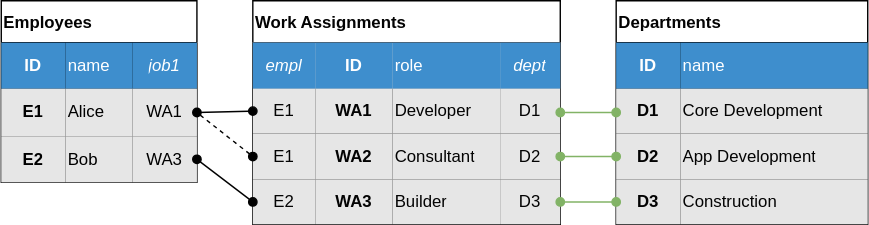
This is guides/assets/temporal-data/timeless-data.drawio.svg from cap-js/docs, a draw.io export, as it was before one commit. Source tidied: cells renumbered, new cells last; positions are measured from the earlier drawing's top-left corner, leaving out a move shared by most shapes.
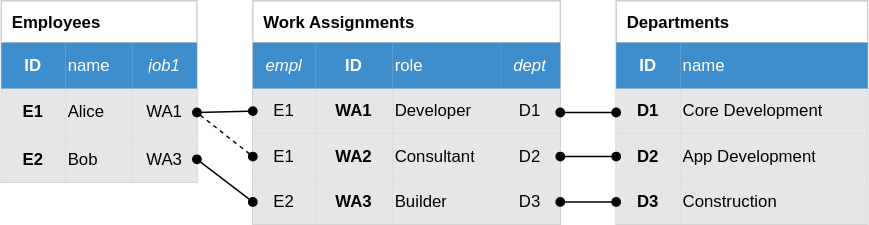
The same diagram one commit later.

Diff of the diagram source:
```diff
@@ -4,66 +4,66 @@
     <mxCell id="1" parent="0" />
-    <mxCell id="2" value="Work Assignments" style="shape=table;startSize=30;labelBackgroundColor=none;labelBorderColor=none;fontColor=#030303;fillColor=#FFFFFF;align=left;swimlaneLine=1;rounded=0;fontStyle=1;rowLines=1;columnLines=1;" parent="1" vertex="1">
+    <mxCell id="2" value="Work Assignments" style="shape=table;startSize=30;labelBackgroundColor=none;labelBorderColor=none;fontColor=#030303;fillColor=#FFFFFF;align=left;swimlaneLine=1;rounded=0;fontStyle=1;rowLines=1;columnLines=1;spacing=8;strokeColor=#cccccc;" parent="1" vertex="1">
       <mxGeometry x="180" width="220" height="160" as="geometry" />
     </mxCell>
-    <mxCell id="3" style="shape=tableRow;horizontal=0;startSize=0;swimlaneHead=0;swimlaneBody=0;top=0;left=0;bottom=0;right=0;fillColor=#CCCCCC;labelBackgroundColor=none;labelBorderColor=none;fontColor=#FFFFFF;swimlaneLine=1;separatorColor=#D9D9D9;" parent="2" vertex="1">
+    <mxCell id="3" style="shape=tableRow;horizontal=0;startSize=0;swimlaneHead=0;swimlaneBody=0;top=0;left=0;bottom=0;right=0;fillColor=#CCCCCC;labelBackgroundColor=none;labelBorderColor=none;fontColor=#FFFFFF;swimlaneLine=1;separatorColor=#D9D9D9;strokeColor=default;" parent="2" vertex="1">
       <mxGeometry y="30" width="220" height="33" as="geometry" />
     </mxCell>
-    <mxCell id="4" value="empl" style="shape=partialRectangle;html=1;whiteSpace=wrap;overflow=hidden;fillColor=#3E8ECD;top=0;left=0;bottom=0;right=0;labelBackgroundColor=none;labelBorderColor=none;fontColor=#FFFFFF;align=center;fontStyle=2;" parent="3" vertex="1">
+    <mxCell id="4" value="empl" style="shape=partialRectangle;html=1;whiteSpace=wrap;overflow=hidden;fillColor=#3E8ECD;top=0;left=0;bottom=0;right=0;labelBackgroundColor=none;labelBorderColor=none;fontColor=#FFFFFF;align=center;fontStyle=2;strokeColor=default;" parent="3" vertex="1">
       <mxGeometry width="45" height="33" as="geometry" />
     </mxCell>
-    <mxCell id="5" value="ID&amp;nbsp;" style="shape=partialRectangle;html=1;whiteSpace=wrap;overflow=hidden;fillColor=#3E8ECD;top=0;left=0;bottom=0;right=0;labelBackgroundColor=none;labelBorderColor=none;fontColor=#FFFFFF;align=center;fontStyle=1;" parent="3" vertex="1">
+    <mxCell id="5" value="ID&amp;nbsp;" style="shape=partialRectangle;html=1;whiteSpace=wrap;overflow=hidden;fillColor=#3E8ECD;top=0;left=0;bottom=0;right=0;labelBackgroundColor=none;labelBorderColor=none;fontColor=#FFFFFF;align=center;fontStyle=1;strokeColor=default;" parent="3" vertex="1">
       <mxGeometry x="45" width="55" height="33" as="geometry" />
     </mxCell>
-    <mxCell id="6" value="role" style="shape=partialRectangle;html=1;whiteSpace=wrap;overflow=hidden;fillColor=#3E8ECD;top=0;left=0;bottom=0;right=0;labelBackgroundColor=none;labelBorderColor=none;fontColor=#FFFFFF;align=left;" parent="3" vertex="1">
+    <mxCell id="6" value="role" style="shape=partialRectangle;html=1;whiteSpace=wrap;overflow=hidden;fillColor=#3E8ECD;top=0;left=0;bottom=0;right=0;labelBackgroundColor=none;labelBorderColor=none;fontColor=#FFFFFF;align=left;strokeColor=default;" parent="3" vertex="1">
       <mxGeometry x="100" width="77" height="33" as="geometry" />
     </mxCell>
-    <mxCell id="7" value="dept" style="shape=partialRectangle;html=1;whiteSpace=wrap;overflow=hidden;fillColor=#3E8ECD;top=0;left=0;bottom=0;right=0;labelBackgroundColor=none;labelBorderColor=none;fontColor=#FFFFFF;align=center;fontStyle=2;" parent="3" vertex="1">
+    <mxCell id="7" value="dept" style="shape=partialRectangle;html=1;whiteSpace=wrap;overflow=hidden;fillColor=#3E8ECD;top=0;left=0;bottom=0;right=0;labelBackgroundColor=none;labelBorderColor=none;fontColor=#FFFFFF;align=center;fontStyle=2;spacing=2;strokeColor=default;" parent="3" vertex="1">
       <mxGeometry x="177" width="43" height="33" as="geometry" />
     </mxCell>
-    <mxCell id="8" style="shape=tableRow;horizontal=0;startSize=0;swimlaneHead=0;swimlaneBody=0;top=0;left=0;bottom=0;right=0;fillColor=none;points=[[0,0.5],[1,0.5]];portConstraint=eastwest;labelBackgroundColor=none;labelBorderColor=none;fontColor=#FFFFFF;" parent="2" vertex="1">
+    <mxCell id="8" style="shape=tableRow;horizontal=0;startSize=0;swimlaneHead=0;swimlaneBody=0;top=0;left=0;bottom=0;right=0;fillColor=none;points=[[0,0.5],[1,0.5]];portConstraint=eastwest;labelBackgroundColor=none;labelBorderColor=none;fontColor=#FFFFFF;strokeColor=default;" parent="2" vertex="1">
       <mxGeometry y="63" width="220" height="32" as="geometry" />
     </mxCell>
-    <mxCell id="9" value="E1" style="shape=partialRectangle;html=1;whiteSpace=wrap;overflow=hidden;fillColor=#E6E6E6;top=0;left=0;bottom=0;right=0;labelBackgroundColor=none;labelBorderColor=none;fontColor=#030303;align=center;" parent="8" vertex="1">
+    <mxCell id="9" value="E1" style="shape=partialRectangle;html=1;whiteSpace=wrap;overflow=hidden;fillColor=#E6E6E6;top=0;left=0;bottom=0;right=0;labelBackgroundColor=none;labelBorderColor=none;fontColor=#030303;align=center;strokeColor=default;" parent="8" vertex="1">
       <mxGeometry width="45" height="32" as="geometry" />
     </mxCell>
-    <mxCell id="10" value="WA1" style="shape=partialRectangle;html=1;whiteSpace=wrap;overflow=hidden;fillColor=#E6E6E6;top=0;left=0;bottom=0;right=0;labelBackgroundColor=none;labelBorderColor=none;fontColor=#030303;align=center;fontStyle=1;" parent="8" vertex="1">
+    <mxCell id="10" value="WA1" style="shape=partialRectangle;html=1;whiteSpace=wrap;overflow=hidden;fillColor=#E6E6E6;top=0;left=0;bottom=0;right=0;labelBackgroundColor=none;labelBorderColor=none;fontColor=#030303;align=center;fontStyle=1;strokeColor=default;" parent="8" vertex="1">
       <mxGeometry x="45" width="55" height="32" as="geometry" />
     </mxCell>
-    <mxCell id="11" value="Developer" style="shape=partialRectangle;html=1;whiteSpace=wrap;overflow=hidden;fillColor=#E6E6E6;top=0;left=0;bottom=0;right=0;labelBackgroundColor=none;labelBorderColor=none;fontColor=#030303;align=left;" parent="8" vertex="1">
+    <mxCell id="11" value="Developer" style="shape=partialRectangle;html=1;whiteSpace=wrap;overflow=hidden;fillColor=#E6E6E6;top=0;left=0;bottom=0;right=0;labelBackgroundColor=none;labelBorderColor=none;fontColor=#030303;align=left;strokeColor=default;" parent="8" vertex="1">
       <mxGeometry x="100" width="77" height="32" as="geometry" />
     </mxCell>
-    <mxCell id="12" value="D1" style="shape=partialRectangle;html=1;whiteSpace=wrap;overflow=hidden;fillColor=#E6E6E6;top=0;left=0;bottom=0;right=0;labelBackgroundColor=none;labelBorderColor=none;fontColor=#030303;align=center;" parent="8" vertex="1">
+    <mxCell id="12" value="D1" style="shape=partialRectangle;html=1;whiteSpace=wrap;overflow=hidden;fillColor=#E6E6E6;top=0;left=0;bottom=0;right=0;labelBackgroundColor=none;labelBorderColor=none;fontColor=#030303;align=center;strokeColor=default;" parent="8" vertex="1">
       <mxGeometry x="177" width="43" height="32" as="geometry" />
     </mxCell>
-    <mxCell id="13" style="shape=tableRow;horizontal=0;startSize=0;swimlaneHead=0;swimlaneBody=0;top=0;left=0;bottom=0;right=0;fillColor=none;points=[[0,0.5],[1,0.5]];portConstraint=eastwest;labelBackgroundColor=none;labelBorderColor=none;fontColor=#FFFFFF;" parent="2" vertex="1">
+    <mxCell id="13" style="shape=tableRow;horizontal=0;startSize=0;swimlaneHead=0;swimlaneBody=0;top=0;left=0;bottom=0;right=0;fillColor=none;points=[[0,0.5],[1,0.5]];portConstraint=eastwest;labelBackgroundColor=none;labelBorderColor=none;fontColor=#FFFFFF;strokeColor=default;" parent="2" vertex="1">
       <mxGeometry y="95" width="220" height="33" as="geometry" />
     </mxCell>
-    <mxCell id="14" value="E1" style="shape=partialRectangle;html=1;whiteSpace=wrap;overflow=hidden;fillColor=#E6E6E6;top=0;left=0;bottom=0;right=0;labelBackgroundColor=none;labelBorderColor=none;fontColor=#030303;align=center;" parent="13" vertex="1">
+    <mxCell id="14" value="E1" style="shape=partialRectangle;html=1;whiteSpace=wrap;overflow=hidden;fillColor=#E6E6E6;top=0;left=0;bottom=0;right=0;labelBackgroundColor=none;labelBorderColor=none;fontColor=#030303;align=center;strokeColor=default;" parent="13" vertex="1">
       <mxGeometry width="45" height="33" as="geometry" />
     </mxCell>
-    <mxCell id="15" value="WA2" style="shape=partialRectangle;html=1;whiteSpace=wrap;overflow=hidden;fillColor=#E6E6E6;top=0;left=0;bottom=0;right=0;labelBackgroundColor=none;labelBorderColor=none;fontColor=#030303;align=center;fontStyle=1;" parent="13" vertex="1">
+    <mxCell id="15" value="WA2" style="shape=partialRectangle;html=1;whiteSpace=wrap;overflow=hidden;fillColor=#E6E6E6;top=0;left=0;bottom=0;right=0;labelBackgroundColor=none;labelBorderColor=none;fontColor=#030303;align=center;fontStyle=1;strokeColor=default;" parent="13" vertex="1">
       <mxGeometry x="45" width="55" height="33" as="geometry" />
     </mxCell>
-    <mxCell id="16" value="Consultant" style="shape=partialRectangle;html=1;whiteSpace=wrap;overflow=hidden;fillColor=#E6E6E6;top=0;left=0;bottom=0;right=0;labelBackgroundColor=none;labelBorderColor=none;fontColor=#030303;align=left;" parent="13" vertex="1">
+    <mxCell id="16" value="Consultant" style="shape=partialRectangle;html=1;whiteSpace=wrap;overflow=hidden;fillColor=#E6E6E6;top=0;left=0;bottom=0;right=0;labelBackgroundColor=none;labelBorderColor=none;fontColor=#030303;align=left;strokeColor=default;" parent="13" vertex="1">
       <mxGeometry x="100" width="77" height="33" as="geometry" />
     </mxCell>
-    <mxCell id="17" value="D2" style="shape=partialRectangle;html=1;whiteSpace=wrap;overflow=hidden;fillColor=#E6E6E6;top=0;left=0;bottom=0;right=0;labelBackgroundColor=none;labelBorderColor=none;fontColor=#030303;align=center;" parent="13" vertex="1">
+    <mxCell id="17" value="D2" style="shape=partialRectangle;html=1;whiteSpace=wrap;overflow=hidden;fillColor=#E6E6E6;top=0;left=0;bottom=0;right=0;labelBackgroundColor=none;labelBorderColor=none;fontColor=#030303;align=center;strokeColor=default;" parent="13" vertex="1">
       <mxGeometry x="177" width="43" height="33" as="geometry" />
     </mxCell>
-    <mxCell id="18" style="shape=tableRow;horizontal=0;startSize=0;swimlaneHead=0;swimlaneBody=0;top=0;left=0;bottom=0;right=0;fillColor=none;points=[[0,0.5],[1,0.5]];portConstraint=eastwest;labelBackgroundColor=none;labelBorderColor=none;fontColor=#FFFFFF;" parent="2" vertex="1">
+    <mxCell id="18" style="shape=tableRow;horizontal=0;startSize=0;swimlaneHead=0;swimlaneBody=0;top=0;left=0;bottom=0;right=0;fillColor=none;points=[[0,0.5],[1,0.5]];portConstraint=eastwest;labelBackgroundColor=none;labelBorderColor=none;fontColor=#FFFFFF;strokeColor=default;" parent="2" vertex="1">
       <mxGeometry y="128" width="220" height="32" as="geometry" />
     </mxCell>
-    <mxCell id="19" value="E2" style="shape=partialRectangle;html=1;whiteSpace=wrap;overflow=hidden;fillColor=#E6E6E6;top=0;left=0;bottom=0;right=0;labelBackgroundColor=none;labelBorderColor=none;fontColor=#030303;align=center;" parent="18" vertex="1">
+    <mxCell id="19" value="E2" style="shape=partialRectangle;html=1;whiteSpace=wrap;overflow=hidden;fillColor=#E6E6E6;top=0;left=0;bottom=0;right=0;labelBackgroundColor=none;labelBorderColor=none;fontColor=#030303;align=center;strokeColor=default;" parent="18" vertex="1">
       <mxGeometry width="45" height="32" as="geometry" />
     </mxCell>
-    <mxCell id="20" value="WA3" style="shape=partialRectangle;html=1;whiteSpace=wrap;overflow=hidden;fillColor=#E6E6E6;top=0;left=0;bottom=0;right=0;labelBackgroundColor=none;labelBorderColor=none;fontColor=#030303;align=center;fontStyle=1;" parent="18" vertex="1">
+    <mxCell id="20" value="WA3" style="shape=partialRectangle;html=1;whiteSpace=wrap;overflow=hidden;fillColor=#E6E6E6;top=0;left=0;bottom=0;right=0;labelBackgroundColor=none;labelBorderColor=none;fontColor=#030303;align=center;fontStyle=1;strokeColor=default;" parent="18" vertex="1">
       <mxGeometry x="45" width="55" height="32" as="geometry" />
     </mxCell>
-    <mxCell id="21" value="Builder" style="shape=partialRectangle;html=1;whiteSpace=wrap;overflow=hidden;fillColor=#E6E6E6;top=0;left=0;bottom=0;right=0;labelBackgroundColor=none;labelBorderColor=none;fontColor=#030303;align=left;" parent="18" vertex="1">
+    <mxCell id="21" value="Builder" style="shape=partialRectangle;html=1;whiteSpace=wrap;overflow=hidden;fillColor=#E6E6E6;top=0;left=0;bottom=0;right=0;labelBackgroundColor=none;labelBorderColor=none;fontColor=#030303;align=left;strokeColor=default;" parent="18" vertex="1">
       <mxGeometry x="100" width="77" height="32" as="geometry" />
     </mxCell>
-    <mxCell id="22" value="D3" style="shape=partialRectangle;html=1;whiteSpace=wrap;overflow=hidden;fillColor=#E6E6E6;top=0;left=0;bottom=0;right=0;labelBackgroundColor=none;labelBorderColor=none;fontColor=#030303;align=center;" parent="18" vertex="1">
+    <mxCell id="22" value="D3" style="shape=partialRectangle;html=1;whiteSpace=wrap;overflow=hidden;fillColor=#E6E6E6;top=0;left=0;bottom=0;right=0;labelBackgroundColor=none;labelBorderColor=none;fontColor=#030303;align=center;strokeColor=default;" parent="18" vertex="1">
       <mxGeometry x="177" width="43" height="32" as="geometry" />
     </mxCell>
-    <mxCell id="23" value="Departments" style="shape=table;startSize=30;labelBackgroundColor=none;labelBorderColor=none;fontColor=#030303;fillColor=#FFFFFF;align=left;fontStyle=1;columnLines=1;rowLines=1;horizontal=1;swimlaneBody=1;left=1;right=1;bottom=1;" parent="1" vertex="1">
+    <mxCell id="23" value="Departments" style="shape=table;startSize=30;labelBackgroundColor=none;labelBorderColor=none;fontColor=#030303;fillColor=#FFFFFF;align=left;fontStyle=1;columnLines=1;rowLines=1;horizontal=1;swimlaneBody=1;left=1;right=1;bottom=1;spacing=8;strokeColor=#cccccc;" parent="1" vertex="1">
       <mxGeometry x="440" width="180" height="160" as="geometry" />
@@ -73,3 +73,3 @@
     </mxCell>
-    <mxCell id="25" value="ID" style="shape=partialRectangle;html=1;whiteSpace=wrap;overflow=hidden;fillColor=#3E8ECD;top=0;left=0;bottom=0;right=0;labelBackgroundColor=none;labelBorderColor=none;fontColor=#FFFFFF;align=center;fontStyle=1;" parent="24" vertex="1">
+    <mxCell id="25" value="ID" style="shape=partialRectangle;html=1;whiteSpace=wrap;overflow=hidden;fillColor=#3E8ECD;top=0;left=0;bottom=0;right=0;labelBackgroundColor=none;labelBorderColor=none;fontColor=#FFFFFF;align=center;fontStyle=1;strokeColor=default;" parent="24" vertex="1">
       <mxGeometry width="46" height="33" as="geometry" />
@@ -82,3 +82,3 @@
     </mxCell>
-    <mxCell id="28" value="D1" style="shape=partialRectangle;html=1;whiteSpace=wrap;overflow=hidden;fillColor=#E6E6E6;top=0;left=0;bottom=0;right=0;labelBackgroundColor=none;labelBorderColor=none;fontColor=#030303;align=center;fontStyle=1;" parent="27" vertex="1">
+    <mxCell id="28" value="D1" style="shape=partialRectangle;html=1;whiteSpace=wrap;overflow=hidden;fillColor=#E6E6E6;top=0;left=0;bottom=0;right=0;labelBackgroundColor=none;labelBorderColor=none;fontColor=#030303;align=center;fontStyle=1;strokeColor=default;" parent="27" vertex="1">
       <mxGeometry width="46" height="32" as="geometry" />
@@ -91,3 +91,3 @@
     </mxCell>
-    <mxCell id="31" value="D2" style="shape=partialRectangle;html=1;whiteSpace=wrap;overflow=hidden;fillColor=#E6E6E6;top=0;left=0;bottom=0;right=0;labelBackgroundColor=none;labelBorderColor=none;fontColor=#030303;align=center;fontStyle=1;" parent="30" vertex="1">
+    <mxCell id="31" value="D2" style="shape=partialRectangle;html=1;whiteSpace=wrap;overflow=hidden;fillColor=#E6E6E6;top=0;left=0;bottom=0;right=0;labelBackgroundColor=none;labelBorderColor=none;fontColor=#030303;align=center;fontStyle=1;strokeColor=default;" parent="30" vertex="1">
       <mxGeometry width="46" height="33" as="geometry" />
@@ -100,3 +100,3 @@
     </mxCell>
-    <mxCell id="34" value="D3" style="shape=partialRectangle;html=1;whiteSpace=wrap;overflow=hidden;fillColor=#E6E6E6;top=0;left=0;bottom=0;right=0;labelBackgroundColor=none;labelBorderColor=none;fontColor=#030303;align=center;fontStyle=1;" parent="33" vertex="1">
+    <mxCell id="34" value="D3" style="shape=partialRectangle;html=1;whiteSpace=wrap;overflow=hidden;fillColor=#E6E6E6;top=0;left=0;bottom=0;right=0;labelBackgroundColor=none;labelBorderColor=none;fontColor=#030303;align=center;fontStyle=1;strokeColor=default;" parent="33" vertex="1">
       <mxGeometry width="46" height="32" as="geometry" />
@@ -106,9 +106,9 @@
     </mxCell>
-    <mxCell id="36" style="edgeStyle=none;html=1;exitX=1;exitY=0.5;exitDx=0;exitDy=0;entryX=0;entryY=0.5;entryDx=0;entryDy=0;fontColor=#FFFFFF;startArrow=oval;startFill=1;endArrow=oval;endFill=1;sourcePerimeterSpacing=6;targetPerimeterSpacing=6;fillColor=#d5e8d4;strokeColor=#82b366;" parent="1" edge="1" source="13" target="30">
+    <mxCell id="36" style="edgeStyle=none;html=1;exitX=1;exitY=0.5;exitDx=0;exitDy=0;entryX=0;entryY=0.5;entryDx=0;entryDy=0;fontColor=#FFFFFF;startArrow=oval;startFill=1;endArrow=oval;endFill=1;sourcePerimeterSpacing=6;targetPerimeterSpacing=6;fillColor=#d5e8d4;strokeColor=default;" parent="1" edge="1" source="13" target="30">
       <mxGeometry relative="1" as="geometry" />
     </mxCell>
-    <mxCell id="37" style="edgeStyle=none;html=1;exitX=1;exitY=0.5;exitDx=0;exitDy=0;entryX=0;entryY=0.5;entryDx=0;entryDy=0;fontColor=#FFFFFF;startArrow=oval;startFill=1;endArrow=oval;endFill=1;sourcePerimeterSpacing=6;targetPerimeterSpacing=6;fillColor=#d5e8d4;strokeColor=#82b366;" parent="1" edge="1" source="18" target="33">
+    <mxCell id="37" style="edgeStyle=none;html=1;exitX=1;exitY=0.5;exitDx=0;exitDy=0;entryX=0;entryY=0.5;entryDx=0;entryDy=0;fontColor=#FFFFFF;startArrow=oval;startFill=1;endArrow=oval;endFill=1;sourcePerimeterSpacing=6;targetPerimeterSpacing=6;fillColor=#d5e8d4;strokeColor=default;" parent="1" edge="1" source="18" target="33">
       <mxGeometry relative="1" as="geometry" />
     </mxCell>
-    <mxCell id="38" value="Employees" style="shape=table;startSize=30;align=left;verticalAlign=middle;fillColor=#FFFFFF;fontColor=#030303;labelBackgroundColor=none;labelBorderColor=none;fontStyle=1;" parent="1" vertex="1">
+    <mxCell id="38" value="Employees" style="shape=table;startSize=30;align=left;verticalAlign=middle;fillColor=#FFFFFF;fontColor=#030303;labelBackgroundColor=none;labelBorderColor=none;fontStyle=1;spacing=8;strokeColor=#cccccc;" parent="1" vertex="1">
       <mxGeometry width="140" height="130" as="geometry" />
@@ -124,3 +124,3 @@
     </mxCell>
-    <mxCell id="42" value="job1" style="shape=partialRectangle;html=1;whiteSpace=wrap;overflow=hidden;fillColor=#3E8ECD;top=0;left=0;bottom=0;right=0;labelBackgroundColor=none;labelBorderColor=none;fontColor=#FFFFFF;align=center;fontStyle=2;" parent="39" vertex="1">
+    <mxCell id="42" value="job1" style="shape=partialRectangle;html=1;whiteSpace=wrap;overflow=hidden;fillColor=#3E8ECD;top=0;left=0;bottom=0;right=0;labelBackgroundColor=none;labelBorderColor=none;fontColor=#FFFFFF;align=center;fontStyle=2;strokeColor=default;" parent="39" vertex="1">
       <mxGeometry x="94" width="46" height="33" as="geometry" />
@@ -136,3 +136,3 @@
     </mxCell>
-    <mxCell id="46" value="WA1" style="shape=partialRectangle;html=1;whiteSpace=wrap;overflow=hidden;fillColor=#E6E6E6;top=0;left=0;bottom=0;right=0;align=center;" parent="43" vertex="1">
+    <mxCell id="46" value="WA1" style="shape=partialRectangle;html=1;whiteSpace=wrap;overflow=hidden;fillColor=#E6E6E6;top=0;left=0;bottom=0;right=0;align=center;strokeColor=default;" parent="43" vertex="1">
       <mxGeometry x="94" width="46" height="34" as="geometry" />
@@ -148,15 +148,15 @@
     </mxCell>
-    <mxCell id="50" value="WA3" style="shape=partialRectangle;html=1;whiteSpace=wrap;overflow=hidden;fillColor=#E6E6E6;top=0;left=0;bottom=0;right=0;align=center;" parent="47" vertex="1">
+    <mxCell id="50" value="WA3" style="shape=partialRectangle;html=1;whiteSpace=wrap;overflow=hidden;fillColor=#E6E6E6;top=0;left=0;bottom=0;right=0;align=center;strokeColor=default;" parent="47" vertex="1">
       <mxGeometry x="94" width="46" height="33" as="geometry" />
     </mxCell>
-    <mxCell id="51" style="edgeStyle=none;html=1;exitX=1;exitY=0.5;exitDx=0;exitDy=0;entryX=0;entryY=0.5;entryDx=0;entryDy=0;fontColor=#FFFFFF;startArrow=oval;startFill=1;endArrow=oval;endFill=1;sourcePerimeterSpacing=6;targetPerimeterSpacing=6;fillColor=#d5e8d4;strokeColor=#82b366;" parent="1" edge="1" source="2" target="23">
+    <mxCell id="51" style="edgeStyle=none;html=1;exitX=1;exitY=0.5;exitDx=0;exitDy=0;entryX=0;entryY=0.5;entryDx=0;entryDy=0;fontColor=#FFFFFF;startArrow=oval;startFill=1;endArrow=oval;endFill=1;sourcePerimeterSpacing=6;targetPerimeterSpacing=6;fillColor=#d5e8d4;strokeColor=default;" parent="1" edge="1" source="2" target="23">
       <mxGeometry relative="1" as="geometry" />
     </mxCell>
-    <mxCell id="52" style="html=1;exitX=1;exitY=0.5;exitDx=0;exitDy=0;fontColor=#FFFFFF;targetPerimeterSpacing=6;sourcePerimeterSpacing=6;endArrow=oval;endFill=1;startArrow=oval;startFill=1;entryX=0;entryY=0.5;entryDx=0;entryDy=0;" parent="1" edge="1" source="47" target="18">
+    <mxCell id="52" style="html=1;exitX=1;exitY=0.5;exitDx=0;exitDy=0;fontColor=#FFFFFF;targetPerimeterSpacing=6;sourcePerimeterSpacing=6;endArrow=oval;endFill=1;startArrow=oval;startFill=1;entryX=0;entryY=0.5;entryDx=0;entryDy=0;strokeColor=default;" parent="1" edge="1" source="47" target="18">
       <mxGeometry relative="1" as="geometry" />
     </mxCell>
-    <mxCell id="53" style="edgeStyle=none;html=1;exitX=1;exitY=0.5;exitDx=0;exitDy=0;fontColor=#FFFFFF;startArrow=oval;startFill=1;endArrow=oval;endFill=1;sourcePerimeterSpacing=6;targetPerimeterSpacing=6;dashed=1;entryX=0;entryY=0.5;entryDx=0;entryDy=0;" parent="1" edge="1" source="43" target="13">
+    <mxCell id="53" style="edgeStyle=none;html=1;exitX=1;exitY=0.5;exitDx=0;exitDy=0;fontColor=#FFFFFF;startArrow=oval;startFill=1;endArrow=oval;endFill=1;sourcePerimeterSpacing=6;targetPerimeterSpacing=6;dashed=1;entryX=0;entryY=0.5;entryDx=0;entryDy=0;strokeColor=default;" parent="1" edge="1" source="43" target="13">
       <mxGeometry relative="1" as="geometry" />
     </mxCell>
-    <mxCell id="54" style="edgeStyle=none;html=1;exitX=0;exitY=0.5;exitDx=0;exitDy=0;fontColor=#FFFFFF;startArrow=oval;startFill=1;endArrow=none;endFill=1;sourcePerimeterSpacing=6;entryX=1;entryY=0.5;entryDx=0;entryDy=0;" parent="1" edge="1" source="8" target="43">
+    <mxCell id="54" style="edgeStyle=none;html=1;exitX=0;exitY=0.5;exitDx=0;exitDy=0;fontColor=#FFFFFF;startArrow=oval;startFill=1;endArrow=none;endFill=1;sourcePerimeterSpacing=6;entryX=1;entryY=0.5;entryDx=0;entryDy=0;strokeColor=default;" parent="1" edge="1" source="8" target="43">
       <mxGeometry relative="1" as="geometry" />
```
